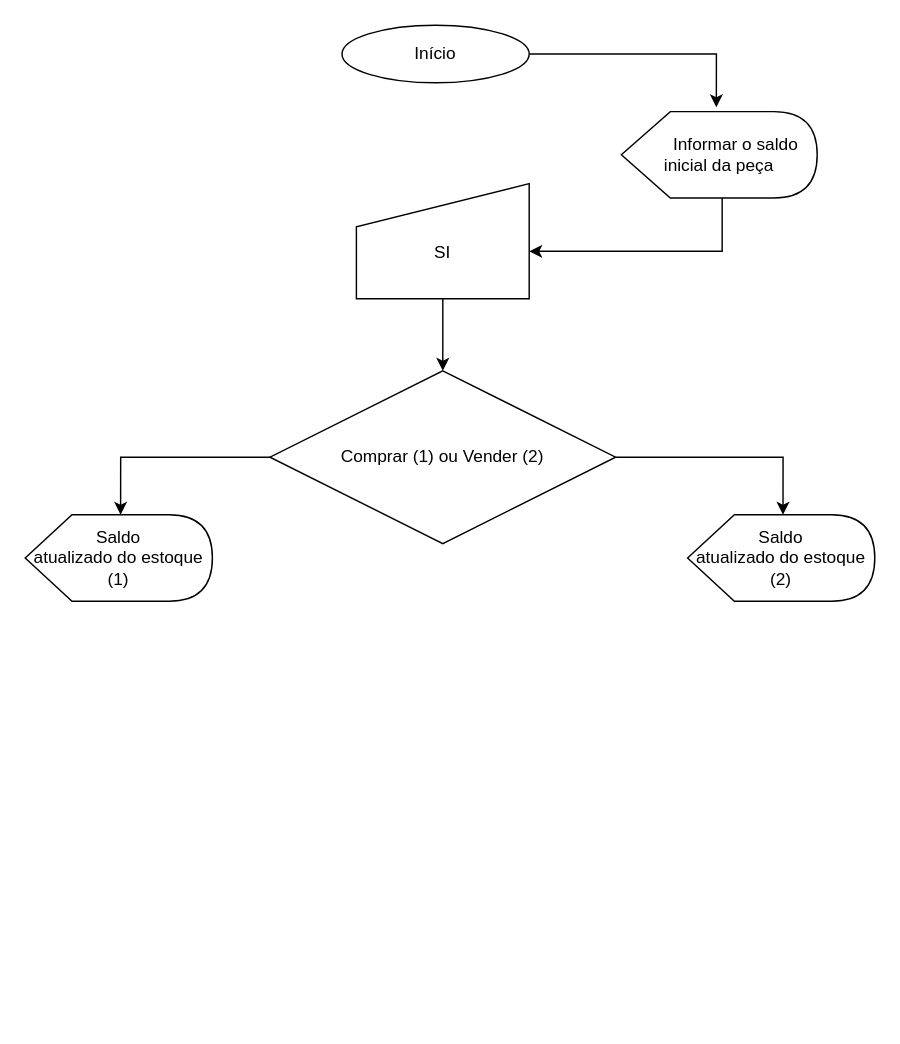
Above: 06 - Lógica de programação/04a - Atividade 1 - Desenvolvimento de algoritmo para um sistema de controle de estoque de peças/Fluxograma  para um sistema de controle de estoque de peças.drawio in renato-wessmer/SENAI-Front-End (draw.io), before the change. Source tidied: cells renumbered, new cells numbered last; positions are measured from the earlier drawing's top-left corner, leaving out a move shared by most shapes. Both pictures are drawn from the tidied source at 144%, with x=0, y=0 at pixel (24, 24).
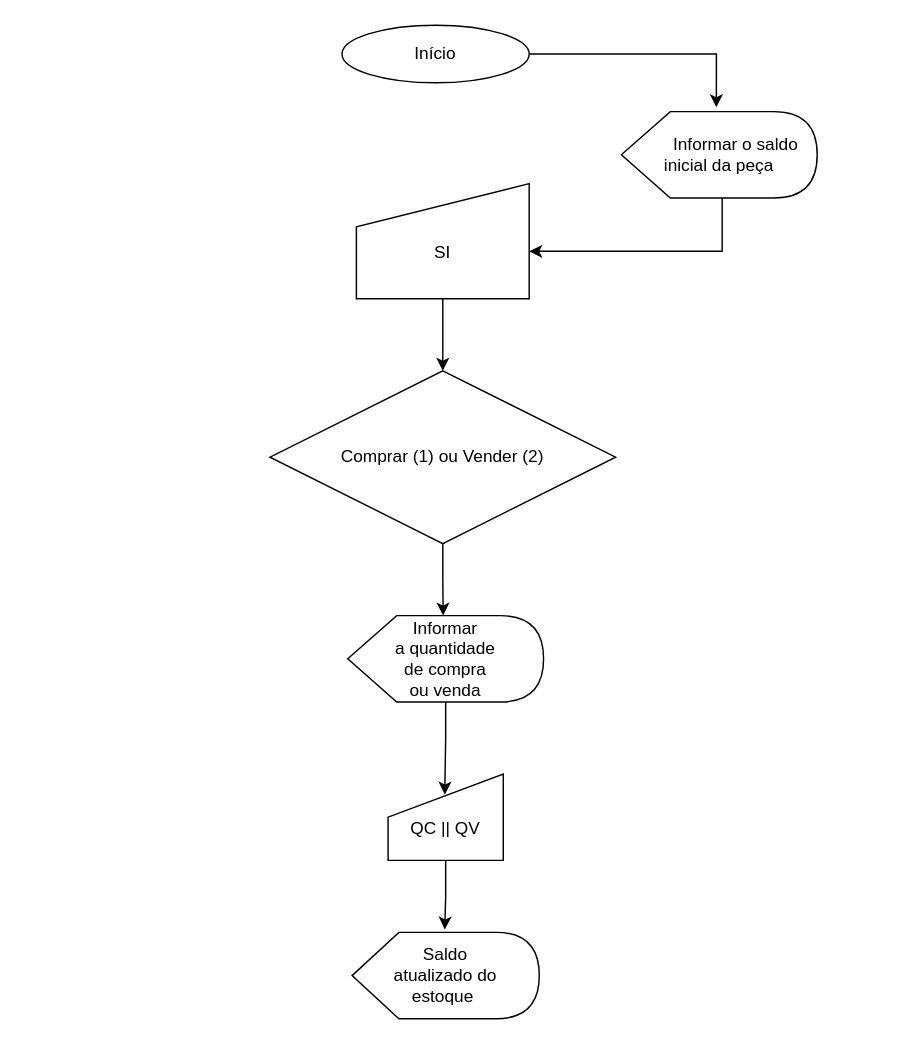
The same diagram, later.

Diff of the diagram source:
```diff
@@
 <mxGraphModel>
   <root>
     <mxCell id="0" />
     <mxCell id="1" parent="0" />
     <mxCell id="2" style="edgeStyle=orthogonalEdgeStyle;rounded=0;jettySize=auto;html=1;exitX=1;exitY=0.5;exitDx=0;exitDy=0;entryX=0.485;entryY=-0.05;entryDx=0;entryDy=0;entryPerimeter=0;" parent="1" edge="1" source="3" target="5">
       <mxGeometry relative="1" as="geometry" />
     </mxCell>
     <mxCell id="3" value="Início" style="ellipse;whiteSpace=wrap;html=1;" parent="1" vertex="1">
       <mxGeometry x="220" width="130" height="40" as="geometry" />
     </mxCell>
     <mxCell id="4" style="edgeStyle=orthogonalEdgeStyle;rounded=0;jettySize=auto;html=1;exitX=0;exitY=0;exitDx=70;exitDy=60;exitPerimeter=0;entryX=1;entryY=0.588;entryDx=0;entryDy=0;entryPerimeter=0;" parent="1" edge="1" source="5" target="7">
       <mxGeometry relative="1" as="geometry" />
     </mxCell>
     <mxCell id="5" value="&amp;nbsp; &amp;nbsp; &amp;nbsp; &amp;nbsp;Informar o saldo inicial da peça" style="shape=display;whiteSpace=wrap;html=1;" parent="1" vertex="1">
       <mxGeometry x="414" y="60" width="136" height="60" as="geometry" />
     </mxCell>
     <mxCell id="6" style="edgeStyle=orthogonalEdgeStyle;rounded=0;jettySize=auto;html=1;exitX=0.5;exitY=1;exitDx=0;exitDy=0;entryX=0.5;entryY=0;entryDx=0;entryDy=0;" parent="1" edge="1" source="7" target="10">
       <mxGeometry relative="1" as="geometry" />
     </mxCell>
     <mxCell id="7" value="&lt;br&gt;SI" style="shape=manualInput;whiteSpace=wrap;html=1;" parent="1" vertex="1">
       <mxGeometry x="230" y="110" width="120" height="80" as="geometry" />
     </mxCell>
-    <mxCell id="8" style="edgeStyle=orthogonalEdgeStyle;rounded=0;jettySize=auto;html=1;entryX=0;entryY=0;entryDx=66.25;entryDy=0;entryPerimeter=0;" parent="1" edge="1" source="10" target="11">
-      <mxGeometry relative="1" as="geometry" />
-    </mxCell>
-    <mxCell id="9" style="edgeStyle=orthogonalEdgeStyle;rounded=0;jettySize=auto;html=1;exitX=1;exitY=0.5;exitDx=0;exitDy=0;entryX=0;entryY=0;entryDx=66.25;entryDy=0;entryPerimeter=0;" parent="1" edge="1" source="10" target="12">
-      <mxGeometry relative="1" as="geometry" />
-    </mxCell>
+    <mxCell id="13" style="edgeStyle=orthogonalEdgeStyle;rounded=0;jettySize=auto;html=1;entryX=0;entryY=0;entryDx=66.25;entryDy=0;entryPerimeter=0;" parent="1" edge="1" source="10" target="15">
+      <mxGeometry relative="1" as="geometry" />
+    </mxCell>
     <mxCell id="10" value="Comprar (1) ou Vender (2)" style="rhombus;whiteSpace=wrap;html=1;" parent="1" vertex="1">
       <mxGeometry x="170" y="240" width="240" height="120" as="geometry" />
     </mxCell>
-    <mxCell id="11" value="Saldo&lt;br/&gt;atualizado do estoque (1)" style="shape=display;whiteSpace=wrap;html=1;" parent="1" vertex="1">
-      <mxGeometry y="340" width="130" height="60" as="geometry" />
+    <mxCell id="11" value="Saldo&lt;br&gt;atualizado do &lt;br&gt;estoque&amp;nbsp;" style="shape=display;whiteSpace=wrap;html=1;" parent="1" vertex="1">
+      <mxGeometry x="227" y="630" width="130" height="60" as="geometry" />
     </mxCell>
-    <mxCell id="12" value="Saldo&lt;br&gt;atualizado do estoque (2)" style="shape=display;whiteSpace=wrap;html=1;" parent="1" vertex="1">
-      <mxGeometry x="460" y="340" width="130" height="60" as="geometry" />
-    </mxCell>
+    <mxCell id="14" style="edgeStyle=orthogonalEdgeStyle;rounded=0;jettySize=auto;html=1;entryX=0.492;entryY=0.239;entryDx=0;entryDy=0;entryPerimeter=0;" parent="1" edge="1" source="15" target="17">
+      <mxGeometry relative="1" as="geometry" />
+    </mxCell>
+    <mxCell id="15" value="Informar&lt;br&gt;a quantidade&lt;br&gt;de compra&lt;br&gt;ou venda" style="shape=display;whiteSpace=wrap;html=1;" parent="1" vertex="1">
+      <mxGeometry x="224" y="410" width="136" height="60" as="geometry" />
+    </mxCell>
+    <mxCell id="16" style="edgeStyle=orthogonalEdgeStyle;rounded=0;jettySize=auto;html=1;entryX=0.495;entryY=-0.033;entryDx=0;entryDy=0;entryPerimeter=0;" parent="1" edge="1" source="17" target="11">
+      <mxGeometry relative="1" as="geometry" />
+    </mxCell>
+    <mxCell id="17" value="&lt;br&gt;QC || QV" style="shape=manualInput;whiteSpace=wrap;html=1;" parent="1" vertex="1">
+      <mxGeometry x="252" y="520" width="80" height="60" as="geometry" />
+    </mxCell>
   </root>
 </mxGraphModel>
```
